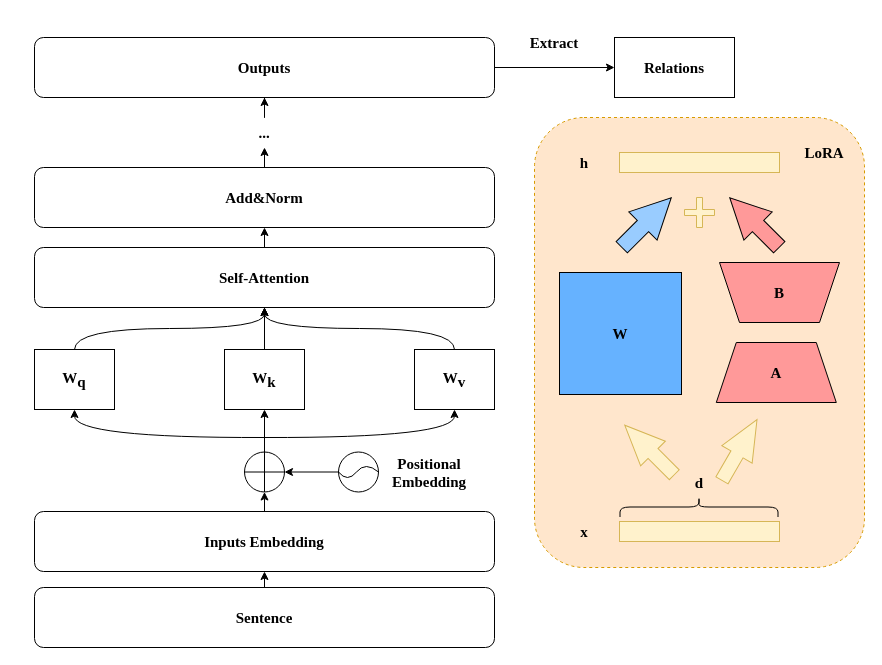
SkyuForever/CRE-LLM keeps this draw.io diagram as Figure2.drawio. Above is the earlier version. Source tidied: cells renumbered, new cells numbered last; positions are measured from the earlier drawing's top-left corner, leaving out a move shared by most shapes. Both pictures are drawn from the tidied source at 100%, with x=0, y=0 at pixel (34, 27).
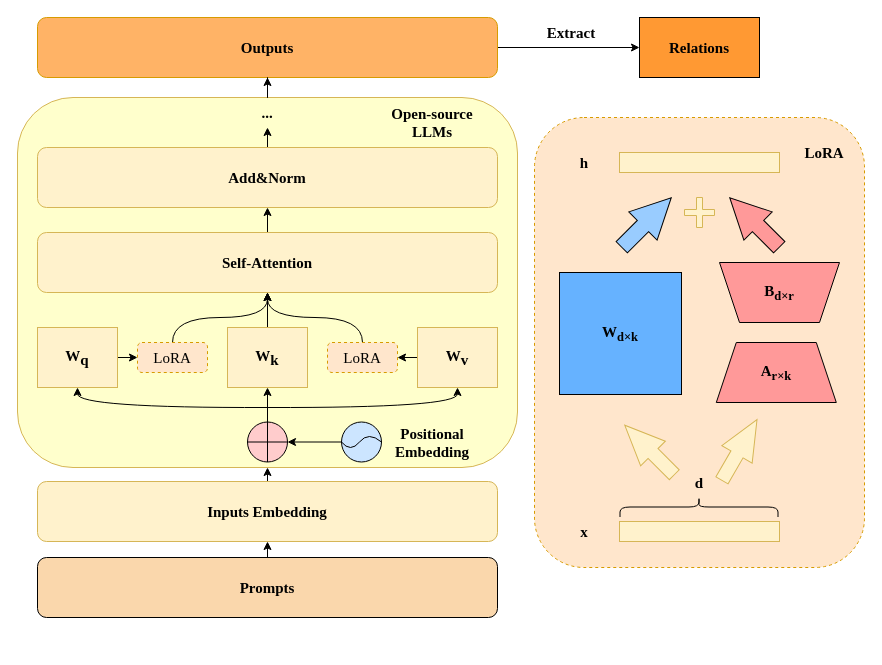
The same diagram, later.

What changed in the source:
```diff
@@
+    <mxCell id="49" style="rounded=1;whiteSpace=wrap;html=1;fillColor=#FFFFCC;strokeColor=#d6b656;" parent="1" vertex="1">
+      <mxGeometry x="-17" y="70" width="500" height="370" as="geometry" />
+    </mxCell>
@@
-    <mxCell id="3" value="A" style="shape=trapezoid;perimeter=trapezoidPerimeter;whiteSpace=wrap;html=1;fixedSize=1;fontFamily=Times New Roman;fontSize=15;fontStyle=1;fillColor=#FF9999;" parent="1" vertex="1">
+    <mxCell id="3" value="A&lt;sub&gt;r×k&lt;/sub&gt;" style="shape=trapezoid;perimeter=trapezoidPerimeter;whiteSpace=wrap;html=1;fixedSize=1;fontFamily=Times New Roman;fontSize=15;fontStyle=1;fillColor=#FF9999;" parent="1" vertex="1">
       <mxGeometry x="681.8" y="315" width="120" height="60" as="geometry" />
     </mxCell>
@@
-    <mxCell id="5" value="&lt;font style=&quot;font-size: 15px;&quot;&gt;B&lt;/font&gt;" style="text;html=1;strokeColor=none;fillColor=none;align=center;verticalAlign=middle;whiteSpace=wrap;rounded=0;fontFamily=Times New Roman;fontSize=15;fontStyle=1;" parent="1" vertex="1">
+    <mxCell id="5" value="&lt;font style=&quot;font-size: 15px;&quot;&gt;B&lt;/font&gt;&lt;sub&gt;d×r&lt;/sub&gt;" style="text;html=1;strokeColor=none;fillColor=none;align=center;verticalAlign=middle;whiteSpace=wrap;rounded=0;fontFamily=Times New Roman;fontSize=15;fontStyle=1;" parent="1" vertex="1">
       <mxGeometry x="715" y="250" width="60" height="30" as="geometry" />
     </mxCell>
@@
-    <mxCell id="7" value="Self-Attention" style="rounded=1;whiteSpace=wrap;html=1;fontFamily=Times New Roman;fontSize=15;fontStyle=1;" parent="1" vertex="1">
-      <mxGeometry y="220" width="460" height="60" as="geometry" />
+    <mxCell id="7" value="Self-Attention" style="rounded=1;whiteSpace=wrap;html=1;fontFamily=Times New Roman;fontSize=15;fontStyle=1;fillColor=#fff2cc;strokeColor=#d6b656;" parent="1" vertex="1">
+      <mxGeometry x="3" y="205" width="460" height="60" as="geometry" />
     </mxCell>
-    <mxCell id="8" style="edgeStyle=orthogonalEdgeStyle;rounded=0;jettySize=auto;html=1;exitX=0.5;exitY=0;exitDx=0;exitDy=0;curved=1;fontFamily=Times New Roman;fontSize=15;fontStyle=1;" parent="1" edge="1" source="9" target="7">
-      <mxGeometry relative="1" as="geometry" />
-    </mxCell>
+    <mxCell id="50" style="edgeStyle=orthogonalEdgeStyle;rounded=0;jettySize=auto;html=1;exitX=1;exitY=0.5;exitDx=0;exitDy=0;entryX=0;entryY=0.5;entryDx=0;entryDy=0;" parent="1" edge="1" source="9" target="54">
+      <mxGeometry relative="1" as="geometry" />
+    </mxCell>
-    <mxCell id="9" value="W&lt;sub style=&quot;font-size: 15px;&quot;&gt;q&lt;/sub&gt;" style="rounded=0;whiteSpace=wrap;html=1;fontFamily=Times New Roman;fontSize=15;fontStyle=1;" parent="1" vertex="1">
-      <mxGeometry y="322" width="80" height="60" as="geometry" />
+    <mxCell id="9" value="W&lt;sub style=&quot;font-size: 15px;&quot;&gt;q&lt;/sub&gt;" style="rounded=0;whiteSpace=wrap;html=1;fontFamily=Times New Roman;fontSize=15;fontStyle=1;fillColor=#fff2cc;strokeColor=#d6b656;" parent="1" vertex="1">
+      <mxGeometry x="3" y="300" width="80" height="60" as="geometry" />
     </mxCell>
@@
-    <mxCell id="11" value="W&lt;sub style=&quot;font-size: 15px;&quot;&gt;k&lt;/sub&gt;" style="rounded=0;whiteSpace=wrap;html=1;fontFamily=Times New Roman;fontSize=15;fontStyle=1;" parent="1" vertex="1">
-      <mxGeometry x="190" y="322" width="80" height="60" as="geometry" />
+    <mxCell id="11" value="W&lt;sub style=&quot;font-size: 15px;&quot;&gt;k&lt;/sub&gt;" style="rounded=0;whiteSpace=wrap;html=1;fontFamily=Times New Roman;fontSize=15;fontStyle=1;fillColor=#fff2cc;strokeColor=#d6b656;" parent="1" vertex="1">
+      <mxGeometry x="193" y="300" width="80" height="60" as="geometry" />
     </mxCell>
-    <mxCell id="12" style="edgeStyle=orthogonalEdgeStyle;rounded=0;jettySize=auto;html=1;exitX=0.5;exitY=0;exitDx=0;exitDy=0;entryX=0.5;entryY=1;entryDx=0;entryDy=0;curved=1;fontFamily=Times New Roman;fontSize=15;fontStyle=1;" parent="1" edge="1" source="13" target="7">
-      <mxGeometry relative="1" as="geometry" />
-    </mxCell>
+    <mxCell id="51" style="edgeStyle=orthogonalEdgeStyle;rounded=0;jettySize=auto;html=1;exitX=0;exitY=0.5;exitDx=0;exitDy=0;entryX=1;entryY=0.5;entryDx=0;entryDy=0;" parent="1" edge="1" source="13" target="56">
+      <mxGeometry relative="1" as="geometry" />
+    </mxCell>
-    <mxCell id="13" value="W&lt;sub style=&quot;font-size: 15px;&quot;&gt;v&lt;/sub&gt;" style="rounded=0;whiteSpace=wrap;html=1;fontFamily=Times New Roman;fontSize=15;fontStyle=1;" parent="1" vertex="1">
-      <mxGeometry x="380" y="322" width="80" height="60" as="geometry" />
+    <mxCell id="13" value="W&lt;sub style=&quot;font-size: 15px;&quot;&gt;v&lt;/sub&gt;" style="rounded=0;whiteSpace=wrap;html=1;fontFamily=Times New Roman;fontSize=15;fontStyle=1;fillColor=#fff2cc;strokeColor=#d6b656;" parent="1" vertex="1">
+      <mxGeometry x="383" y="300" width="80" height="60" as="geometry" />
     </mxCell>
-    <mxCell id="14" value="&lt;font style=&quot;font-size: 15px;&quot;&gt;W&lt;/font&gt;" style="whiteSpace=wrap;html=1;fontFamily=Times New Roman;fontSize=15;fontStyle=1;fillColor=#66B2FF;" parent="1" vertex="1">
+    <mxCell id="14" value="&lt;font style=&quot;font-size: 15px;&quot;&gt;W&lt;/font&gt;&lt;sub&gt;d×k&lt;/sub&gt;" style="whiteSpace=wrap;html=1;fontFamily=Times New Roman;fontSize=15;fontStyle=1;fillColor=#66B2FF;" parent="1" vertex="1">
       <mxGeometry x="525" y="245" width="122" height="122" as="geometry" />
     </mxCell>
@@
-    <mxCell id="26" value="Add&amp;amp;Norm" style="rounded=1;whiteSpace=wrap;html=1;fontFamily=Times New Roman;fontSize=15;fontStyle=1;" parent="1" vertex="1">
-      <mxGeometry y="140" width="460" height="60" as="geometry" />
+    <mxCell id="26" value="Add&amp;amp;Norm" style="rounded=1;whiteSpace=wrap;html=1;fontFamily=Times New Roman;fontSize=15;fontStyle=1;fillColor=#fff2cc;strokeColor=#d6b656;" parent="1" vertex="1">
+      <mxGeometry x="3" y="120" width="460" height="60" as="geometry" />
     </mxCell>
@@
     <mxCell id="28" style="edgeStyle=orthogonalEdgeStyle;rounded=0;jettySize=auto;html=1;entryX=0.5;entryY=1;entryDx=0;entryDy=0;curved=1;fontFamily=Times New Roman;fontSize=15;fontStyle=1;" parent="1" edge="1" target="9">
       <mxGeometry relative="1" as="geometry">
-        <mxPoint x="230" y="410" as="sourcePoint" />
+        <mxPoint x="233" y="380" as="sourcePoint" />
       </mxGeometry>
     </mxCell>
     <mxCell id="29" style="edgeStyle=orthogonalEdgeStyle;rounded=0;jettySize=auto;html=1;entryX=0.5;entryY=1;entryDx=0;entryDy=0;curved=1;fontFamily=Times New Roman;fontSize=15;fontStyle=1;" parent="1" edge="1" target="13">
       <mxGeometry relative="1" as="geometry">
-        <mxPoint x="230" y="410" as="sourcePoint" />
+        <mxPoint x="233" y="380" as="sourcePoint" />
       </mxGeometry>
     </mxCell>
@@
-    <mxCell id="31" style="verticalLabelPosition=bottom;verticalAlign=top;html=1;shape=mxgraph.flowchart.summing_function;fontFamily=Times New Roman;fontSize=15;fontStyle=1;" parent="1" vertex="1">
-      <mxGeometry x="210" y="424.5" width="40" height="40" as="geometry" />
+    <mxCell id="31" style="verticalLabelPosition=bottom;verticalAlign=top;html=1;shape=mxgraph.flowchart.summing_function;fontFamily=Times New Roman;fontSize=15;fontStyle=1;fillColor=#FFCCCC;" parent="1" vertex="1">
+      <mxGeometry x="213" y="394.5" width="40" height="40" as="geometry" />
     </mxCell>
+    <mxCell id="52" style="edgeStyle=orthogonalEdgeStyle;rounded=0;jettySize=auto;html=1;exitX=0.5;exitY=0;exitDx=0;exitDy=0;entryX=0.5;entryY=1;entryDx=0;entryDy=0;" parent="1" edge="1" source="32" target="49">
+      <mxGeometry relative="1" as="geometry" />
+    </mxCell>
-    <mxCell id="32" value="Inputs Embedding" style="rounded=1;whiteSpace=wrap;html=1;fontFamily=Times New Roman;fontSize=15;fontStyle=1;" parent="1" vertex="1">
-      <mxGeometry y="484" width="460" height="60" as="geometry" />
+    <mxCell id="32" value="Inputs Embedding" style="rounded=1;whiteSpace=wrap;html=1;fontFamily=Times New Roman;fontSize=15;fontStyle=1;fillColor=#fff2cc;strokeColor=#d6b656;" parent="1" vertex="1">
+      <mxGeometry x="3" y="454" width="460" height="60" as="geometry" />
     </mxCell>
-    <mxCell id="33" style="edgeStyle=orthogonalEdgeStyle;rounded=0;jettySize=auto;html=1;exitX=0.5;exitY=0;exitDx=0;exitDy=0;entryX=0.5;entryY=1;entryDx=0;entryDy=0;entryPerimeter=0;fontFamily=Times New Roman;fontSize=15;fontStyle=1;" parent="1" edge="1" source="32" target="31">
-      <mxGeometry relative="1" as="geometry" />
-    </mxCell>
@@
-    <mxCell id="35" value="Sentence" style="rounded=1;whiteSpace=wrap;html=1;fontFamily=Times New Roman;fontSize=15;fontStyle=1;" parent="1" vertex="1">
-      <mxGeometry y="560" width="460" height="60" as="geometry" />
+    <mxCell id="35" value="Prompts" style="rounded=1;whiteSpace=wrap;html=1;fontFamily=Times New Roman;fontSize=15;fontStyle=1;fillColor=#FAD7AC;" parent="1" vertex="1">
+      <mxGeometry x="3" y="530" width="460" height="60" as="geometry" />
     </mxCell>
     <mxCell id="36" style="group;rotation=-180;fontFamily=Times New Roman;fontSize=15;fontStyle=1;" parent="1" vertex="1">
-      <mxGeometry x="304" y="424.5" width="40" height="40" as="geometry" />
+      <mxGeometry x="307" y="394.5" width="40" height="40" as="geometry" />
     </mxCell>
-    <mxCell id="37" style="ellipse;whiteSpace=wrap;html=1;rotation=-180;fontFamily=Times New Roman;fontSize=15;fontStyle=1;" parent="36" vertex="1">
+    <mxCell id="37" style="ellipse;whiteSpace=wrap;html=1;rotation=-180;fontFamily=Times New Roman;fontSize=15;fontStyle=1;fillColor=#CCE5FF;" parent="36" vertex="1">
       <mxGeometry width="40" height="40" as="geometry" />
     </mxCell>
@@
     <mxCell id="40" value="Positional&lt;br style=&quot;font-size: 15px;&quot;&gt;Embedding" style="text;html=1;strokeColor=none;fillColor=none;align=center;verticalAlign=middle;whiteSpace=wrap;rounded=0;fontSize=15;fontFamily=Times New Roman;fontStyle=1;" parent="1" vertex="1">
-      <mxGeometry x="360" y="424.5" width="70" height="40" as="geometry" />
+      <mxGeometry x="363" y="394.5" width="70" height="40" as="geometry" />
     </mxCell>
@@
-    <mxCell id="42" value="Outputs" style="rounded=1;whiteSpace=wrap;html=1;fontFamily=Times New Roman;fontSize=15;fontStyle=1;" parent="1" vertex="1">
-      <mxGeometry y="10" width="460" height="60" as="geometry" />
+    <mxCell id="42" value="Outputs" style="rounded=1;whiteSpace=wrap;html=1;fontFamily=Times New Roman;fontSize=15;fontStyle=1;fillColor=#FFB366;strokeColor=#d79b00;" parent="1" vertex="1">
+      <mxGeometry x="3" y="-10" width="460" height="60" as="geometry" />
     </mxCell>
@@
     <mxCell id="44" value="..." style="text;html=1;strokeColor=none;fillColor=none;align=center;verticalAlign=middle;whiteSpace=wrap;rounded=0;fontFamily=Times New Roman;fontSize=15;fontStyle=1;" parent="1" vertex="1">
-      <mxGeometry x="175" y="90" width="110" height="30" as="geometry" />
+      <mxGeometry x="183" y="70" width="100" height="30" as="geometry" />
     </mxCell>
-    <mxCell id="45" value="Relations" style="rounded=0;whiteSpace=wrap;html=1;fontFamily=Times New Roman;fontSize=15;fontStyle=1;" parent="1" vertex="1">
-      <mxGeometry x="580" y="10" width="120" height="60" as="geometry" />
+    <mxCell id="45" value="Relations" style="rounded=0;whiteSpace=wrap;html=1;fontFamily=Times New Roman;fontSize=15;fontStyle=1;fillColor=#FF9933;" parent="1" vertex="1">
+      <mxGeometry x="605" y="-10" width="120" height="60" as="geometry" />
     </mxCell>
     <mxCell id="46" value="Extract" style="text;html=1;strokeColor=none;fillColor=none;align=center;verticalAlign=middle;whiteSpace=wrap;rounded=0;fontFamily=Times New Roman;fontSize=15;fontStyle=1;" parent="1" vertex="1">
-      <mxGeometry x="480" width="80" height="30" as="geometry" />
+      <mxGeometry x="497" y="-10" width="80" height="30" as="geometry" />
     </mxCell>
@@
+    <mxCell id="53" style="edgeStyle=orthogonalEdgeStyle;rounded=0;jettySize=auto;html=1;exitX=0.5;exitY=0;exitDx=0;exitDy=0;entryX=0.5;entryY=1;entryDx=0;entryDy=0;curved=1;" parent="1" edge="1" source="54" target="7">
+      <mxGeometry relative="1" as="geometry" />
+    </mxCell>
+    <mxCell id="54" value="LoRA" style="rounded=1;whiteSpace=wrap;html=1;fontSize=15;fontFamily=Times New Roman;dashed=1;fillColor=#ffe6cc;strokeColor=#d79b00;" parent="1" vertex="1">
+      <mxGeometry x="103" y="315" width="70" height="30" as="geometry" />
+    </mxCell>
+    <mxCell id="55" style="edgeStyle=orthogonalEdgeStyle;rounded=0;jettySize=auto;html=1;exitX=0.5;exitY=0;exitDx=0;exitDy=0;entryX=0.5;entryY=1;entryDx=0;entryDy=0;curved=1;" parent="1" edge="1" source="56" target="7">
+      <mxGeometry relative="1" as="geometry" />
+    </mxCell>
+    <mxCell id="56" value="LoRA" style="rounded=1;whiteSpace=wrap;html=1;fontSize=15;fontFamily=Times New Roman;dashed=1;fillColor=#ffe6cc;strokeColor=#d79b00;" parent="1" vertex="1">
+      <mxGeometry x="293" y="315" width="70" height="30" as="geometry" />
+    </mxCell>
+    <mxCell id="57" value="Open-source LLMs" style="text;html=1;strokeColor=none;fillColor=none;align=center;verticalAlign=middle;whiteSpace=wrap;rounded=0;fontSize=15;fontFamily=Times New Roman;fontStyle=1;" parent="1" vertex="1">
+      <mxGeometry x="353" y="80" width="90" height="30" as="geometry" />
+    </mxCell>
```
